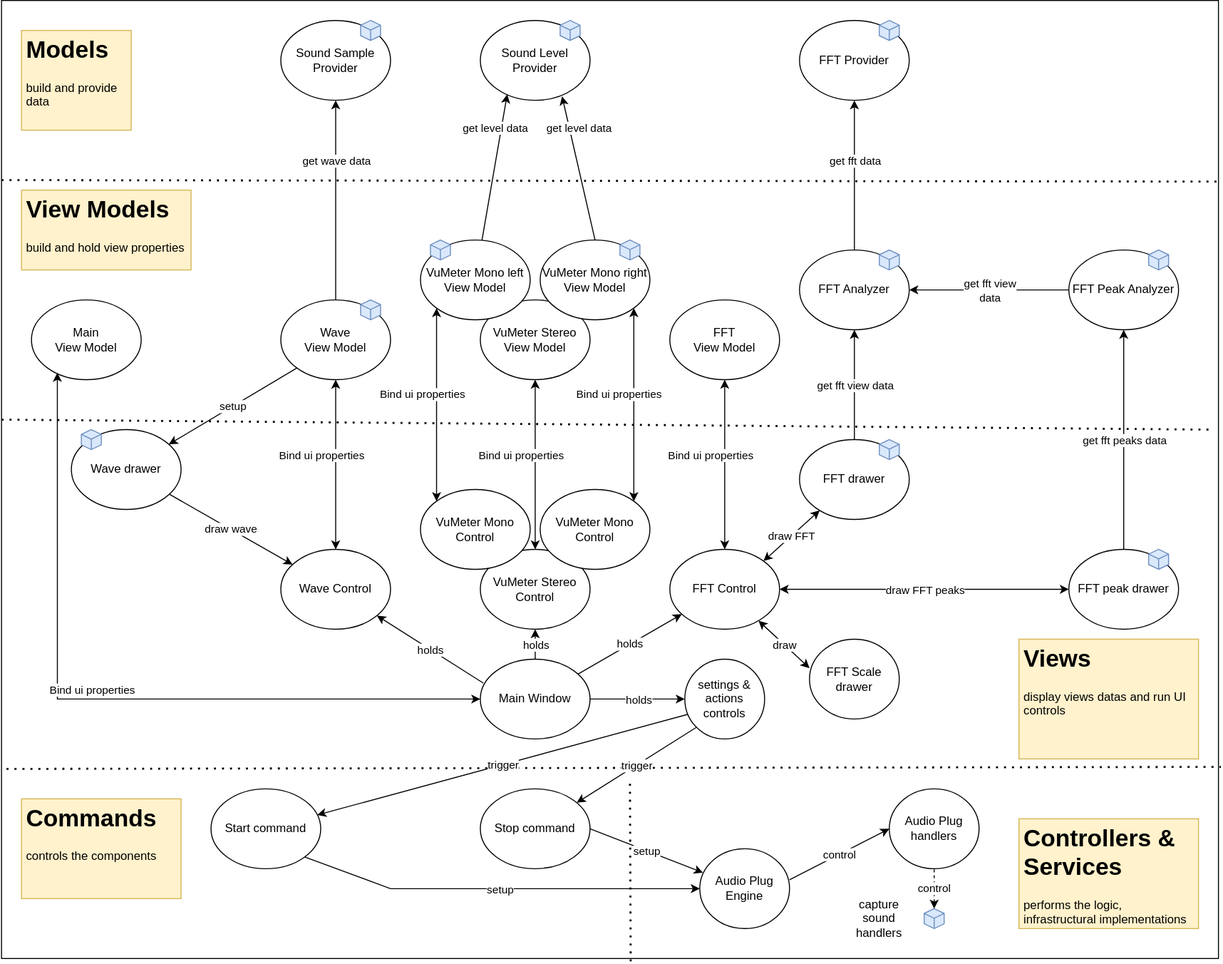
This is Doc/components1.drawio.svg from franck-gaspoz/WindowsAudioSessionSample, a draw.io export, as it was before one commit. Source tidied: cells renumbered, new cells last; positions are measured from the earlier drawing's top-left corner, leaving out a move shared by most shapes.
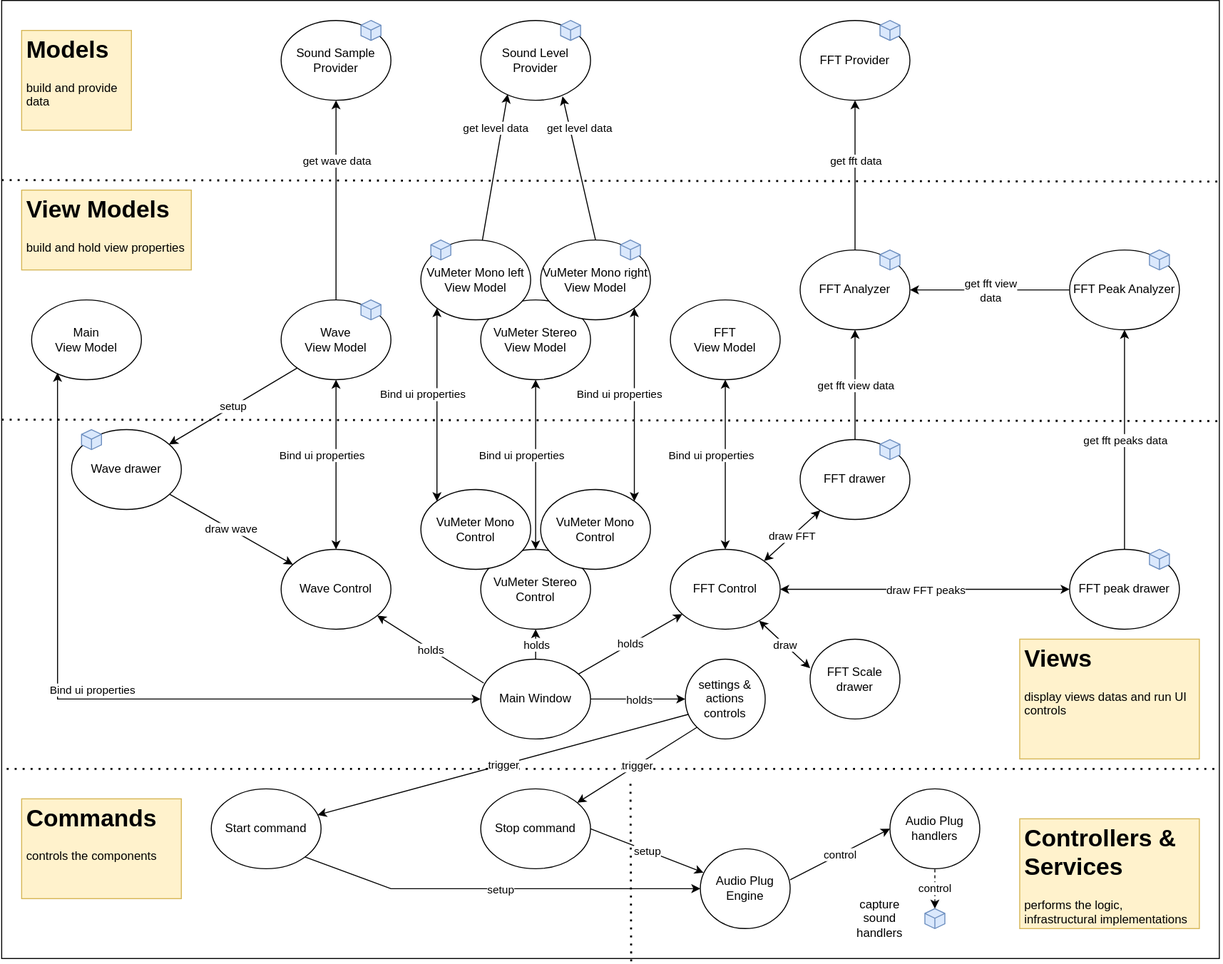
The same file after the commit.

Change to the diagram source:
```diff
@@ -146,10 +146,9 @@
     <mxCell id="45" value="VuMeter Mono right View Model" style="ellipse;whiteSpace=wrap;html=1;" parent="1" vertex="1">
       <mxGeometry x="540" y="240" width="110" height="80" as="geometry" />
     </mxCell>
-    <mxCell id="46" style="endArrow=none;dashed=1;html=1;dashPattern=1 3;strokeWidth=2;rounded=0;" parent="1" edge="1">
+    <mxCell id="46" style="endArrow=none;dashed=1;html=1;dashPattern=1 3;strokeWidth=2;rounded=0;entryX=1.001;entryY=0.439;entryDx=0;entryDy=0;entryPerimeter=0;" parent="1" edge="1" target="2">
       <mxGeometry relative="1" as="geometry">
         <mxPoint y="420" as="sourcePoint" />
-        <mxPoint x="1210" y="430" as="targetPoint" />
       </mxGeometry>
     </mxCell>
     <mxCell id="47" value="FFT Peak Analyzer" style="ellipse;whiteSpace=wrap;html=1;" parent="1" vertex="1">
@@ -209,9 +208,10 @@
     <mxCell id="63" value="holds" style="edgeLabel;html=1;align=center;verticalAlign=middle;" parent="62" vertex="1">
       <mxGeometry relative="1" as="geometry" />
     </mxCell>
-    <mxCell id="64" style="endArrow=none;dashed=1;html=1;dashPattern=1 3;strokeWidth=2;rounded=0;entryX=1.002;entryY=0.8;entryDx=0;entryDy=0;entryPerimeter=0;" parent="1" edge="1" target="2">
+    <mxCell id="64" style="endArrow=none;dashed=1;html=1;dashPattern=1 3;strokeWidth=2;rounded=0;" parent="1" edge="1">
       <mxGeometry relative="1" as="geometry">
         <mxPoint x="5" y="770" as="sourcePoint" />
+        <mxPoint x="1220" y="770" as="targetPoint" />
       </mxGeometry>
     </mxCell>
     <mxCell id="65" value="Main&lt;br&gt;View Model" style="ellipse;whiteSpace=wrap;html=1;" parent="1" vertex="1">
```
